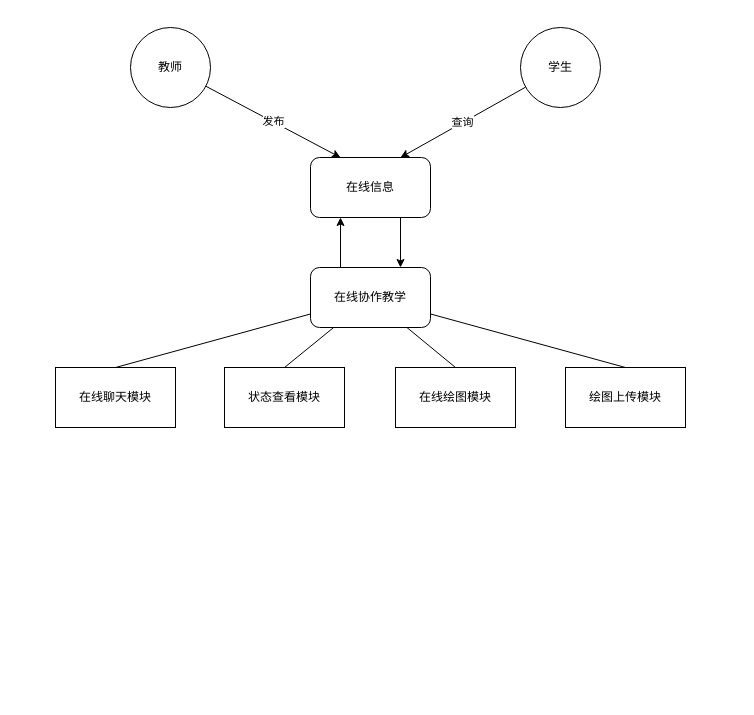
Before: 在线教学.drawio in Ekko306/diagrams.net, a draw.io diagram. Source tidied: cells renumbered, new cells numbered last; positions are measured from the earlier drawing's top-left corner, leaving out a move shared by most shapes. Both pictures are drawn from the tidied source at 100%, with x=0, y=0 at pixel (55, 27).
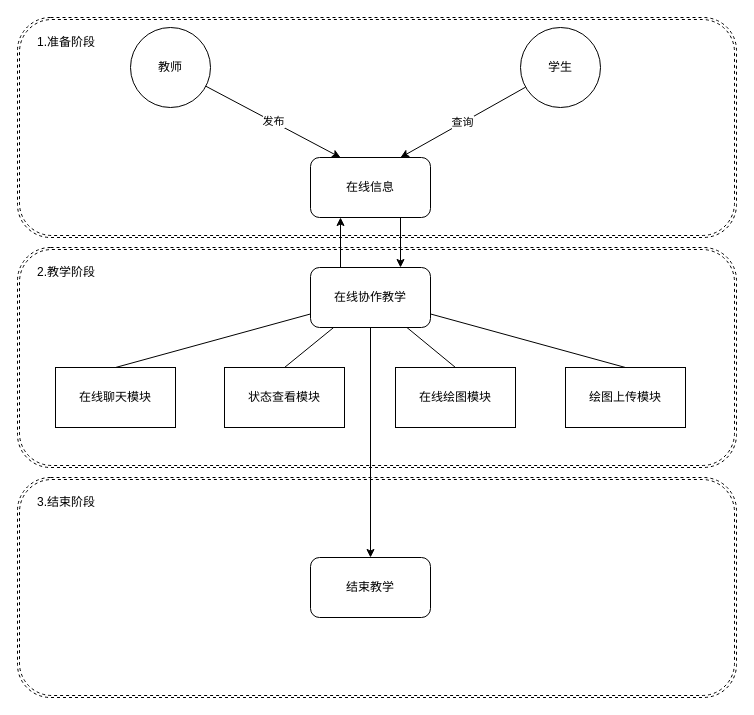
The same page after the edit.

The change refers to these unchanged cells:
```xml
<mxCell id="7" value="在线协作教学" style="rounded=1;whiteSpace=wrap;html=1;" parent="1" vertex="1">
  <mxGeometry x="255" y="240" width="120" height="60" as="geometry" />
</mxCell>
<mxCell id="17" value="绘图上传模块" style="rounded=0;whiteSpace=wrap;html=1;gradientColor=none;" parent="1" vertex="1">
  <mxGeometry x="510" y="340" width="120" height="60" as="geometry" />
</mxCell>
```

What changed in the source:
```diff
@@
+    <mxCell id="18" style="shape=ext;double=1;rounded=1;whiteSpace=wrap;html=1;gradientColor=none;dashed=1;" parent="1" vertex="1">
+      <mxGeometry x="-38" y="450" width="719" height="220" as="geometry" />
+    </mxCell>
+    <mxCell id="19" style="shape=ext;double=1;rounded=1;whiteSpace=wrap;html=1;gradientColor=none;dashed=1;" parent="1" vertex="1">
+      <mxGeometry x="-38" y="-10" width="719" height="220" as="geometry" />
+    </mxCell>
+    <mxCell id="20" style="shape=ext;double=1;rounded=1;whiteSpace=wrap;html=1;gradientColor=none;dashed=1;" parent="1" vertex="1">
+      <mxGeometry x="-38" y="220" width="719" height="220" as="geometry" />
+    </mxCell>
@@
+    <mxCell id="21" style="edgeStyle=none;rounded=0;jettySize=auto;html=1;entryX=0.5;entryY=0;entryDx=0;entryDy=0;endArrow=classic;endFill=1;startArrow=none;startFill=0;" parent="1" edge="1" source="7" target="22">
+      <mxGeometry relative="1" as="geometry" />
+    </mxCell>
-    <mxCell id="6" style="edgeStyle=none;rounded=0;jettySize=auto;html=1;entryX=0.5;entryY=0;entryDx=0;entryDy=0;endArrow=none;endFill=0;" parent="1" edge="1" source="7" target="17">
+    <mxCell id="6" style="edgeStyle=none;rounded=0;jettySize=auto;html=1;entryX=0.5;entryY=0;entryDx=0;entryDy=0;startArrow=none;startFill=0;endArrow=none;endFill=0;" parent="1" edge="1" source="7" target="17">
       <mxGeometry relative="1" as="geometry" />
     </mxCell>
@@
+    <mxCell id="22" value="结束教学" style="rounded=1;whiteSpace=wrap;html=1;" parent="1" vertex="1">
+      <mxGeometry x="255" y="530" width="120" height="60" as="geometry" />
+    </mxCell>
+    <mxCell id="23" value="1.准备阶段" style="text;html=1;strokeColor=none;fillColor=none;align=center;verticalAlign=middle;whiteSpace=wrap;rounded=0;dashed=1;" parent="1" vertex="1">
+      <mxGeometry x="-19" width="60" height="30" as="geometry" />
+    </mxCell>
+    <mxCell id="24" value="2.教学阶段" style="text;html=1;strokeColor=none;fillColor=none;align=center;verticalAlign=middle;whiteSpace=wrap;rounded=0;dashed=1;" parent="1" vertex="1">
+      <mxGeometry x="-19" y="230" width="60" height="30" as="geometry" />
+    </mxCell>
+    <mxCell id="25" value="3.结束阶段" style="text;html=1;strokeColor=none;fillColor=none;align=center;verticalAlign=middle;whiteSpace=wrap;rounded=0;dashed=1;" parent="1" vertex="1">
+      <mxGeometry x="-19" y="460" width="60" height="30" as="geometry" />
+    </mxCell>
```
